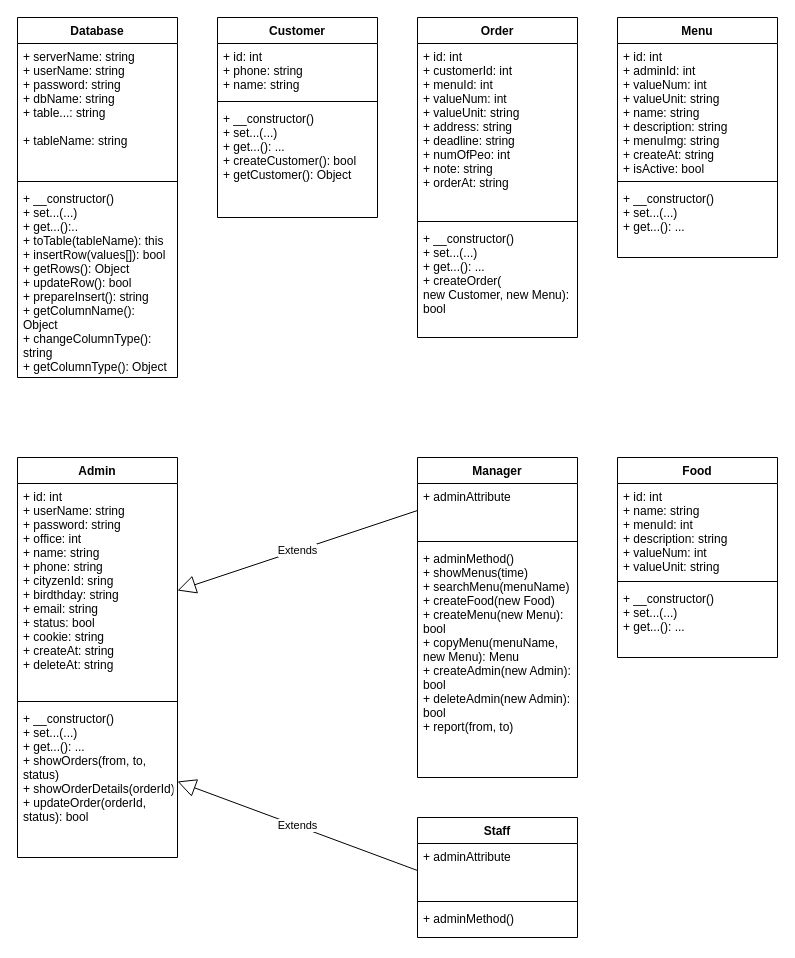
This is phan_tich/classes/classes.drawio from caoduonggithub/gourmet-au-catering, a draw.io file, before an edit. Source tidied: cells renumbered, new cells numbered last; positions are measured from the earlier drawing's top-left corner, leaving out a move shared by most shapes. Both pictures are drawn from the tidied source at 100%, with x=0, y=0 at pixel (17, 17).
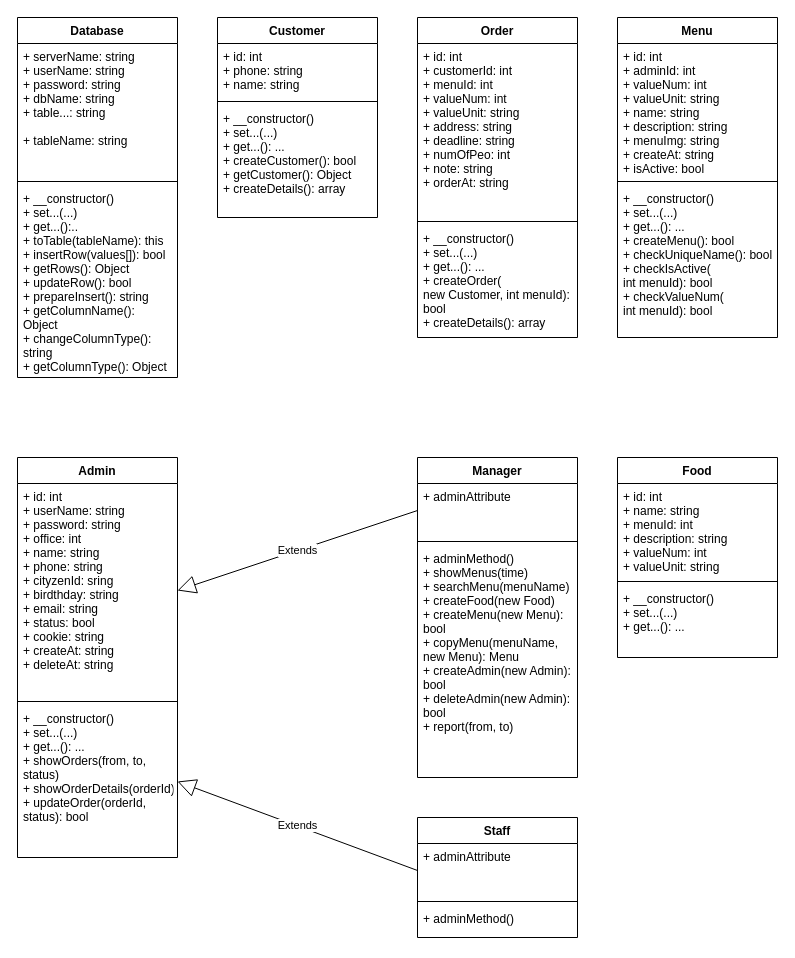
The same diagram, later.

The change refers to these unchanged cells:
```xml
<mxCell id="2" value="Customer" style="swimlane;fontStyle=1;align=center;verticalAlign=top;horizontal=1;startSize=26;" parent="1" vertex="1">
  <mxGeometry x="200" width="160" height="200" as="geometry" />
</mxCell>
<mxCell id="6" value="Order" style="swimlane;fontStyle=1;align=center;verticalAlign=top;horizontal=1;startSize=26;" parent="1" vertex="1">
  <mxGeometry x="400" width="160" height="320" as="geometry" />
</mxCell>
```

Change to the diagram source:
```diff
@@
-    <mxCell id="5" value="+ __constructor()&#10;+ set...(...)&#10;+ get...(): ...&#10;+ createCustomer(): bool&#10;+ getCustomer(): Object" style="text;strokeColor=none;fillColor=none;align=left;verticalAlign=top;spacingLeft=4;spacingRight=4;overflow=hidden;" parent="2" vertex="1">
+    <mxCell id="5" value="+ __constructor()&#10;+ set...(...)&#10;+ get...(): ...&#10;+ createCustomer(): bool&#10;+ getCustomer(): Object&#10;+ createDetails(): array" style="text;strokeColor=none;fillColor=none;align=left;verticalAlign=top;spacingLeft=4;spacingRight=4;overflow=hidden;" parent="2" vertex="1">
       <mxGeometry y="88" width="160" height="112" as="geometry" />
     </mxCell>
@@
-    <mxCell id="9" value="+ __constructor()&#10;+ set...(...)&#10;+ get...(): ...&#10;+ createOrder(&#10;new Customer, new Menu):&#10;bool" style="text;strokeColor=none;fillColor=none;align=left;verticalAlign=top;spacingLeft=4;spacingRight=4;overflow=hidden;" parent="6" vertex="1">
+    <mxCell id="9" value="+ __constructor()&#10;+ set...(...)&#10;+ get...(): ...&#10;+ createOrder(&#10;new Customer, int menuId):&#10;bool&#10;+ createDetails(): array" style="text;strokeColor=none;fillColor=none;align=left;verticalAlign=top;spacingLeft=4;spacingRight=4;overflow=hidden;" parent="6" vertex="1">
       <mxGeometry y="208" width="160" height="112" as="geometry" />
     </mxCell>
     <mxCell id="10" value="Menu" style="swimlane;fontStyle=1;align=center;verticalAlign=top;horizontal=1;startSize=26;" parent="1" vertex="1">
-      <mxGeometry x="600" width="160" height="240" as="geometry" />
+      <mxGeometry x="600" width="160" height="320" as="geometry" />
     </mxCell>
@@
-    <mxCell id="13" value="+ __constructor()&#10;+ set...(...)&#10;+ get...(): ..." style="text;strokeColor=none;fillColor=none;align=left;verticalAlign=top;spacingLeft=4;spacingRight=4;overflow=hidden;" parent="10" vertex="1">
-      <mxGeometry y="168" width="160" height="72" as="geometry" />
+    <mxCell id="13" value="+ __constructor()&#10;+ set...(...)&#10;+ get...(): ...&#10;+ createMenu(): bool&#10;+ checkUniqueName(): bool&#10;+ checkIsActive(&#10;int menuId): bool&#10;+ checkValueNum(&#10;int menuId): bool" style="text;strokeColor=none;fillColor=none;align=left;verticalAlign=top;spacingLeft=4;spacingRight=4;overflow=hidden;" parent="10" vertex="1">
+      <mxGeometry y="168" width="160" height="152" as="geometry" />
     </mxCell>
```
